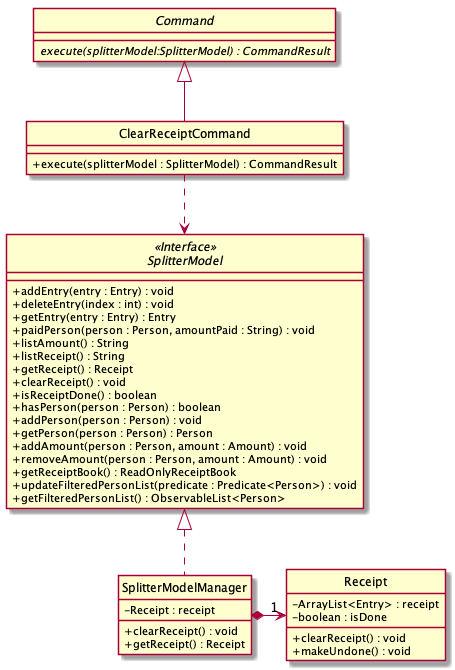
This is images/ExpenseSplitterClearReceiptCommandClassDiagram.png from AY1920S2-CS2103T-W13-1/main, a PlantUML export, as it was before one commit. The source it was exported from:
```plantuml
@startuml

skinparam backgroundColor #ffffff
skinparam classAttributeIconSize 0
hide circle


abstract class Command {
    {abstract} execute(splitterModel:SplitterModel) : CommandResult
}

class ClearReceiptCommand extends Command {

    + execute(splitterModel : SplitterModel) : CommandResult
}

interface SplitterModel <<Interface>> {
    + addEntry(entry : Entry) : void
    + deleteEntry(index : int) : void
    + getEntry(entry : Entry) : Entry
    + paidPerson(person : Person, amountPaid : String) : void
    + listAmount() : String
    + listReceipt() : String
    + getReceipt() : Receipt
    + clearReceipt() : void
    + isReceiptDone() : boolean
    + hasPerson(person : Person) : boolean
    + addPerson(person : Person) : void
    + getPerson(person : Person) : Person
    + addAmount(person : Person, amount : Amount) : void
    + removeAmount(person : Person, amount : Amount) : void
    + getReceiptBook() : ReadOnlyReceiptBook
    + updateFilteredPersonList(predicate : Predicate<Person>) : void
    + getFilteredPersonList() : ObservableList<Person>
}

class SplitterModelManager implements SplitterModel {
    - Receipt : receipt

    + clearReceipt() : void
    + getReceipt() : Receipt
}

class Receipt {
    - ArrayList<Entry> : receipt
    - boolean : isDone

    + clearReceipt() : void
    + makeUndone() : void
}


ClearReceiptCommand ..> SplitterModel
SplitterModelManager *-right->"1" Receipt


@enduml
```
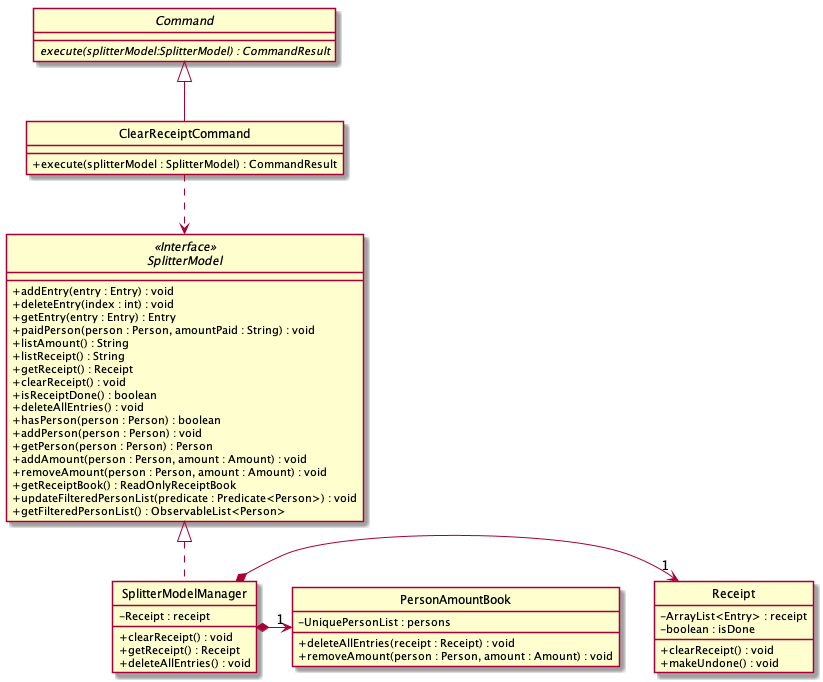
After the change.

Change to the diagram source:
```diff
@@ -24,6 +24,7 @@
     + getReceipt() : Receipt
     + clearReceipt() : void
     + isReceiptDone() : boolean
+    + deleteAllEntries() : void
     + hasPerson(person : Person) : boolean
     + addPerson(person : Person) : void
     + getPerson(person : Person) : Person
@@ -39,6 +40,7 @@
 
     + clearReceipt() : void
     + getReceipt() : Receipt
+    + deleteAllEntries() : void
 }
 
 class Receipt {
@@ -49,9 +51,16 @@
     + makeUndone() : void
 }
 
+class PersonAmountBook {
+    - UniquePersonList : persons
+
+    + deleteAllEntries(receipt : Receipt) : void
+    + removeAmount(person : Person, amount : Amount) : void
+}
 
 ClearReceiptCommand ..> SplitterModel
 SplitterModelManager *-right->"1" Receipt
+SplitterModelManager *-right->"1" PersonAmountBook
 
 
 @enduml
```
